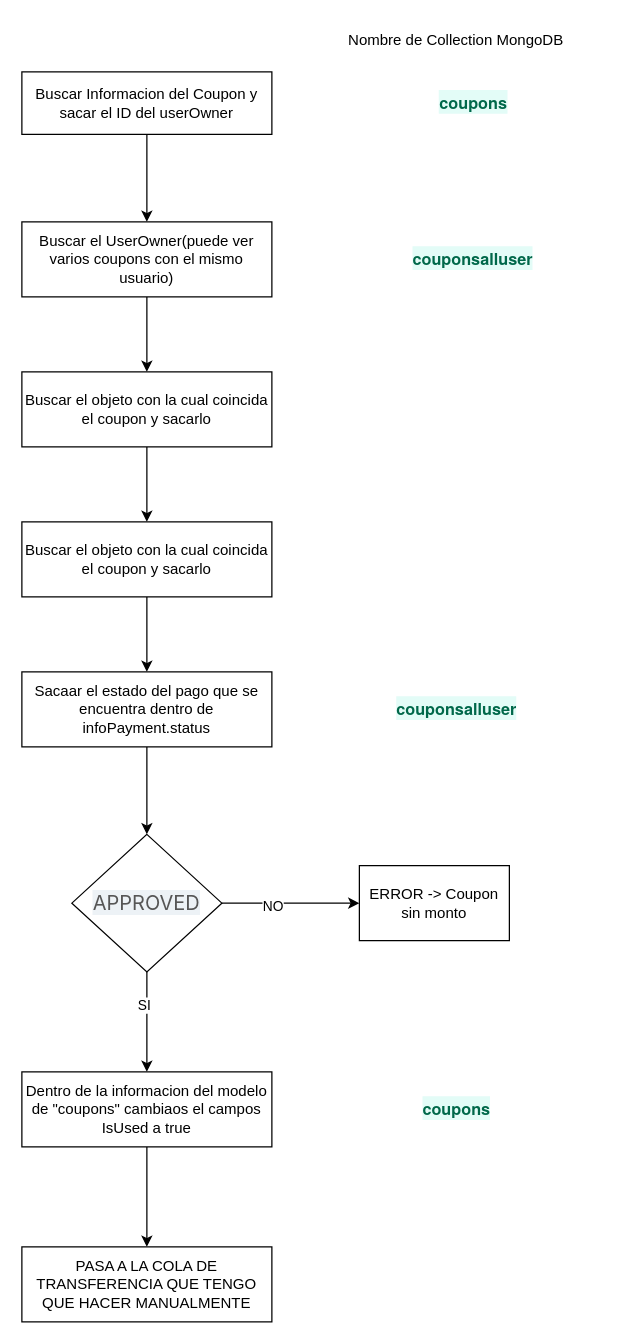
The draw.io diagram microservice/internal/core/service/giftCard.drawio in FxIvan/setup_server_go, before the edit. Source tidied: cells renumbered, new cells numbered last; positions are measured from the earlier drawing's top-left corner, leaving out a move shared by most shapes. Both pictures are drawn from the tidied source at 125%, with x=0, y=0 at pixel (21, 21).
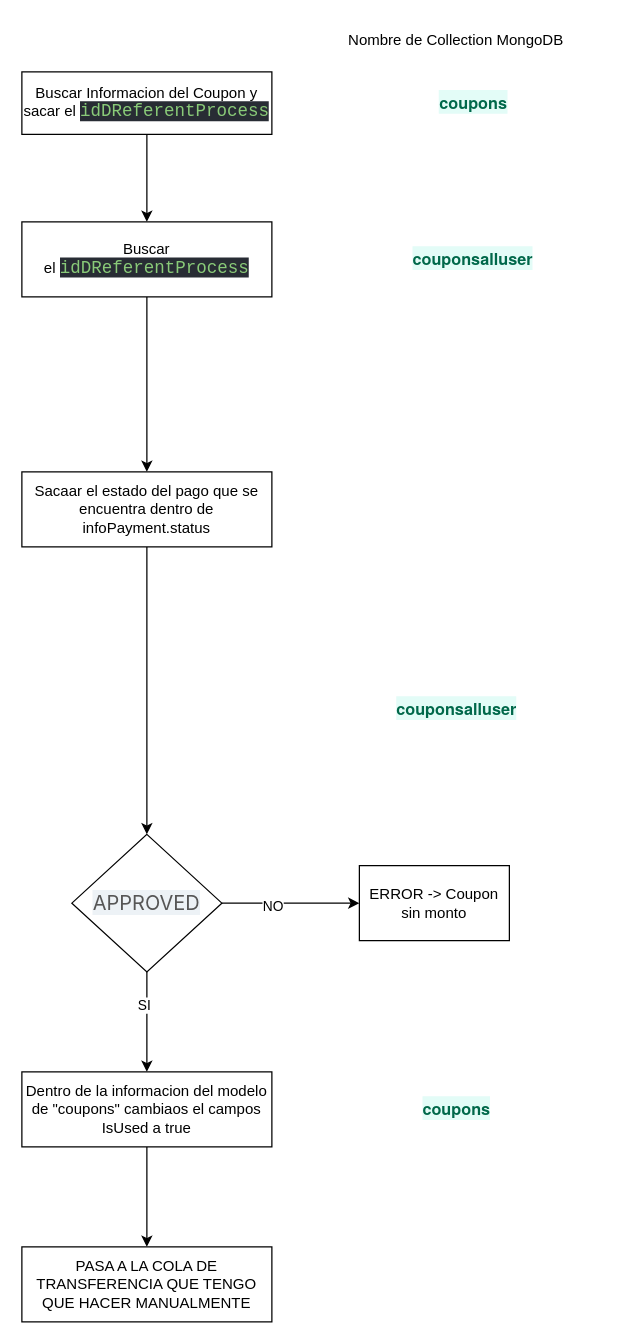
The same page after the edit.

What changed in the source:
```diff
@@
-    <mxCell id="3" value="Buscar Informacion del Coupon y sacar el ID del userOwner" style="rounded=0;whiteSpace=wrap;html=1;" parent="1" vertex="1">
+    <mxCell id="3" value="Buscar Informacion del Coupon y sacar el&amp;nbsp;&lt;span style=&quot;color: rgb(137, 202, 120); background-color: rgb(40, 44, 52); font-family: Consolas, &amp;quot;Courier New&amp;quot;, monospace; font-size: 14px;&quot;&gt;idDReferentProcess&lt;/span&gt;" style="rounded=0;whiteSpace=wrap;html=1;" parent="1" vertex="1">
       <mxGeometry y="40" width="200" height="50" as="geometry" />
     </mxCell>
-    <mxCell id="4" style="edgeStyle=none;html=1;entryX=0.5;entryY=0;entryDx=0;entryDy=0;" parent="1" edge="1" source="5" target="7">
-      <mxGeometry relative="1" as="geometry" />
-    </mxCell>
+    <mxCell id="26" style="edgeStyle=none;html=1;entryX=0.5;entryY=0;entryDx=0;entryDy=0;" parent="1" edge="1" source="5" target="11">
+      <mxGeometry relative="1" as="geometry" />
+    </mxCell>
-    <mxCell id="5" value="Buscar el UserOwner(puede ver varios coupons con el mismo usuario)" style="rounded=0;whiteSpace=wrap;html=1;" parent="1" vertex="1">
+    <mxCell id="5" value="Buscar el&amp;nbsp;&lt;span style=&quot;color: rgb(137, 202, 120); background-color: rgb(40, 44, 52); font-family: Consolas, &amp;quot;Courier New&amp;quot;, monospace; font-size: 14px;&quot;&gt;idDReferentProcess&lt;/span&gt;" style="rounded=0;whiteSpace=wrap;html=1;" parent="1" vertex="1">
       <mxGeometry y="160" width="200" height="60" as="geometry" />
     </mxCell>
-    <mxCell id="6" style="edgeStyle=none;html=1;entryX=0.5;entryY=0;entryDx=0;entryDy=0;" parent="1" edge="1" source="7" target="9">
-      <mxGeometry relative="1" as="geometry" />
-    </mxCell>
-    <mxCell id="7" value="Buscar el objeto con la cual coincida el coupon y sacarlo" style="rounded=0;whiteSpace=wrap;html=1;" parent="1" vertex="1">
-      <mxGeometry y="280" width="200" height="60" as="geometry" />
-    </mxCell>
-    <mxCell id="8" style="edgeStyle=none;html=1;entryX=0.5;entryY=0;entryDx=0;entryDy=0;" parent="1" edge="1" source="9" target="11">
-      <mxGeometry relative="1" as="geometry" />
-    </mxCell>
-    <mxCell id="9" value="Buscar el objeto con la cual coincida el coupon y sacarlo" style="rounded=0;whiteSpace=wrap;html=1;" parent="1" vertex="1">
-      <mxGeometry y="400" width="200" height="60" as="geometry" />
-    </mxCell>
@@
     <mxCell id="11" value="Sacaar el estado del pago que se encuentra dentro de infoPayment.status" style="rounded=0;whiteSpace=wrap;html=1;" parent="1" vertex="1">
-      <mxGeometry y="520" width="200" height="60" as="geometry" />
+      <mxGeometry y="360" width="200" height="60" as="geometry" />
     </mxCell>
```
